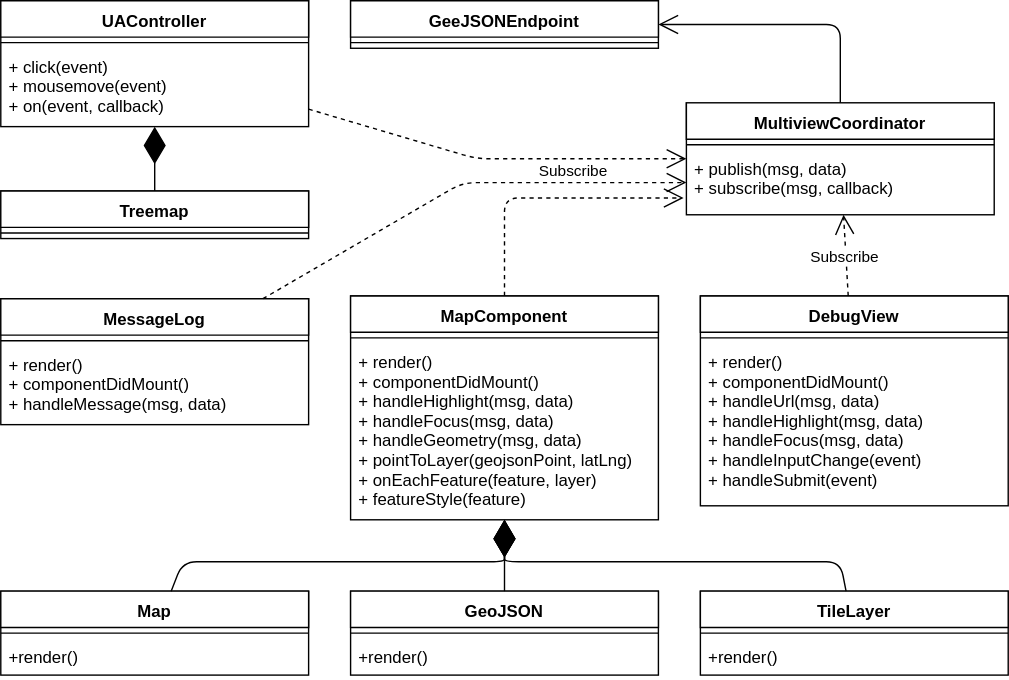
roschaefer/master-thesis keeps this draw.io diagram as figures/implementation/Architecture.svg. Above is the earlier version. Source tidied: cells renumbered, new cells last; positions are measured from the earlier drawing's top-left corner, leaving out a move shared by most shapes.
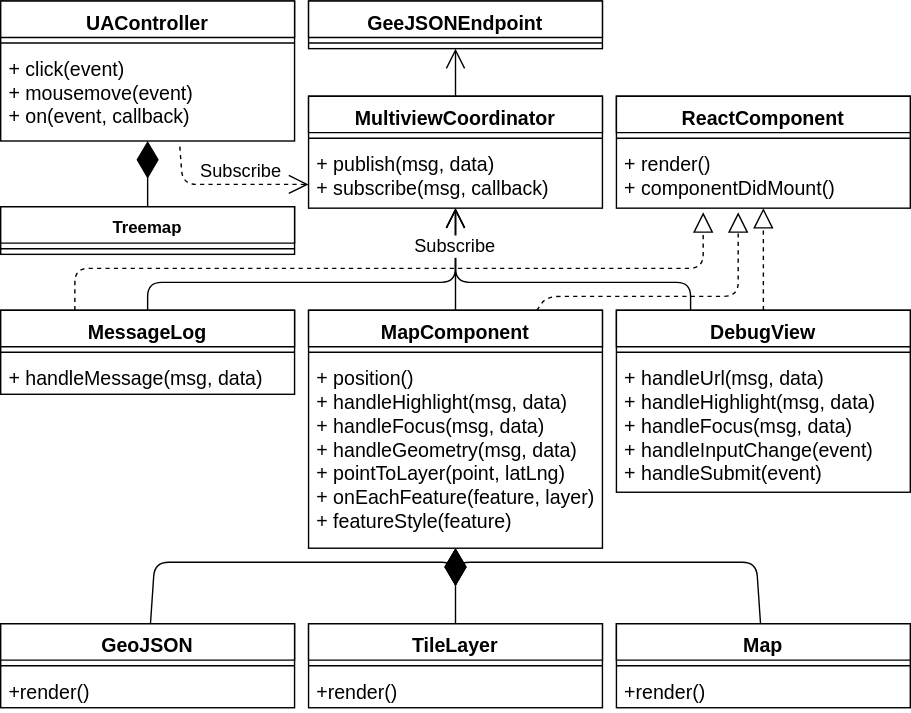
The same diagram one commit later.

Commit message:
improve figures in chapter implementation

What changed in the source:
```diff
@@ -2,143 +2,169 @@
   <root>
     <mxCell id="0" />
     <mxCell id="1" parent="0" />
-    <mxCell id="2" value="MultiviewCoordinator" style="swimlane;fontStyle=1;align=center;verticalAlign=top;horizontal=1;startSize=26;swimlaneFillColor=#ffffff;" parent="1" vertex="1">
-      <mxGeometry x="490" y="73" width="220" height="80" as="geometry" />
+    <mxCell id="2" value="MultiviewCoordinator" style="swimlane;fontStyle=1;align=center;verticalAlign=top;horizontal=1;startSize=26;swimlaneFillColor=#ffffff;fontSize=14;" parent="1" vertex="1">
+      <mxGeometry y="58" width="210" height="80" as="geometry" />
     </mxCell>
     <mxCell id="3" style="line;strokeWidth=1;fillColor=none;align=left;verticalAlign=middle;spacingTop=-1;spacingLeft=3;spacingRight=3;labelPosition=right;" parent="2" vertex="1">
-      <mxGeometry y="26" width="220" height="8" as="geometry" />
+      <mxGeometry y="26" width="210" height="8" as="geometry" />
     </mxCell>
-    <mxCell id="4" value="+ publish(msg, data)&#10;+ subscribe(msg, callback)" style="text;strokeColor=none;fillColor=none;align=left;verticalAlign=top;spacingLeft=4;spacingRight=4;overflow=hidden;points=[[0,0.5],[1,0.5]];portConstraint=eastwest;" parent="2" vertex="1">
-      <mxGeometry y="34" width="220" height="46" as="geometry" />
+    <mxCell id="4" value="+ publish(msg, data)&#10;+ subscribe(msg, callback)" style="text;strokeColor=none;fillColor=none;align=left;verticalAlign=top;spacingLeft=4;spacingRight=4;overflow=hidden;points=[[0,0.5],[1,0.5]];portConstraint=eastwest;fontSize=14;" parent="2" vertex="1">
+      <mxGeometry y="34" width="210" height="46" as="geometry" />
     </mxCell>
-    <mxCell id="5" value="MapComponent" style="swimlane;fontStyle=1;align=center;verticalAlign=top;horizontal=1;startSize=26;swimlaneFillColor=#ffffff;" parent="1" vertex="1">
-      <mxGeometry x="250" y="211" width="220" height="160" as="geometry" />
+    <mxCell id="5" value="MapComponent" style="swimlane;fontStyle=1;align=center;verticalAlign=top;horizontal=1;startSize=26;swimlaneFillColor=#ffffff;fontSize=14;" parent="1" vertex="1">
+      <mxGeometry y="211" width="210" height="170" as="geometry" />
     </mxCell>
     <mxCell id="6" style="line;strokeWidth=1;fillColor=none;align=left;verticalAlign=middle;spacingTop=-1;spacingLeft=3;spacingRight=3;labelPosition=right;" parent="5" vertex="1">
-      <mxGeometry y="26" width="220" height="8" as="geometry" />
+      <mxGeometry y="26" width="210" height="8" as="geometry" />
     </mxCell>
-    <mxCell id="7" value="+ render()&#10;+ componentDidMount()&#10;+ handleHighlight(msg, data)&#10;+ handleFocus(msg, data)&#10;+ handleGeometry(msg, data)&#10;+ pointToLayer(geojsonPoint, latLng)&#10;+ onEachFeature(feature, layer)&#10;+ featureStyle(feature)&#10;" style="text;strokeColor=none;fillColor=none;align=left;verticalAlign=top;spacingLeft=4;spacingRight=4;overflow=hidden;points=[[0,0.5],[1,0.5]];portConstraint=eastwest;" parent="5" vertex="1">
-      <mxGeometry y="34" width="220" height="126" as="geometry" />
+    <mxCell id="7" value="+ position()&#10;+ handleHighlight(msg, data)&#10;+ handleFocus(msg, data)&#10;+ handleGeometry(msg, data)&#10;+ pointToLayer(point, latLng)&#10;+ onEachFeature(feature, layer)&#10;+ featureStyle(feature)&#10;" style="text;strokeColor=none;fillColor=none;align=left;verticalAlign=top;spacingLeft=4;spacingRight=4;overflow=hidden;points=[[0,0.5],[1,0.5]];portConstraint=eastwest;fontSize=14;" parent="5" vertex="1">
+      <mxGeometry y="34" width="210" height="136" as="geometry" />
     </mxCell>
-    <mxCell id="8" value="GeoJSON" style="swimlane;fontStyle=1;align=center;verticalAlign=top;horizontal=1;startSize=26;swimlaneFillColor=#ffffff;" parent="1" vertex="1">
-      <mxGeometry x="250" y="422" width="220" height="60" as="geometry" />
+    <mxCell id="8" value="GeoJSON" style="swimlane;fontStyle=1;align=center;verticalAlign=top;horizontal=1;startSize=26;swimlaneFillColor=#ffffff;fontSize=14;" parent="1" vertex="1">
+      <mxGeometry x="-220" y="435" width="210" height="60" as="geometry" />
     </mxCell>
     <mxCell id="9" style="line;strokeWidth=1;fillColor=none;align=left;verticalAlign=middle;spacingTop=-1;spacingLeft=3;spacingRight=3;labelPosition=right;" parent="8" vertex="1">
-      <mxGeometry y="26" width="220" height="8" as="geometry" />
+      <mxGeometry y="26" width="210" height="8" as="geometry" />
     </mxCell>
-    <mxCell id="10" value="+render()" style="text;strokeColor=none;fillColor=none;align=left;verticalAlign=top;spacingLeft=4;spacingRight=4;overflow=hidden;" parent="8" vertex="1">
-      <mxGeometry y="34" width="220" height="26" as="geometry" />
+    <mxCell id="10" value="+render()" style="text;strokeColor=none;fillColor=none;align=left;verticalAlign=top;spacingLeft=4;spacingRight=4;overflow=hidden;fontSize=14;" parent="8" vertex="1">
+      <mxGeometry y="34" width="210" height="26" as="geometry" />
     </mxCell>
-    <mxCell id="11" value="Map" style="swimlane;fontStyle=1;align=center;verticalAlign=top;horizontal=1;startSize=26;swimlaneFillColor=#ffffff;" parent="1" vertex="1">
-      <mxGeometry y="422" width="220" height="60" as="geometry" />
+    <mxCell id="11" value="Map" style="swimlane;fontStyle=1;align=center;verticalAlign=top;horizontal=1;startSize=26;swimlaneFillColor=#ffffff;fontSize=14;" parent="1" vertex="1">
+      <mxGeometry x="220" y="435" width="210" height="60" as="geometry" />
     </mxCell>
     <mxCell id="12" style="line;strokeWidth=1;fillColor=none;align=left;verticalAlign=middle;spacingTop=-1;spacingLeft=3;spacingRight=3;labelPosition=right;" parent="11" vertex="1">
-      <mxGeometry y="26" width="220" height="8" as="geometry" />
+      <mxGeometry y="26" width="210" height="8" as="geometry" />
     </mxCell>
-    <mxCell id="13" value="+render()" style="text;strokeColor=none;fillColor=none;align=left;verticalAlign=top;spacingLeft=4;spacingRight=4;overflow=hidden;" parent="11" vertex="1">
-      <mxGeometry y="34" width="220" height="26" as="geometry" />
+    <mxCell id="13" value="+render()" style="text;strokeColor=none;fillColor=none;align=left;verticalAlign=top;spacingLeft=4;spacingRight=4;overflow=hidden;fontSize=14;" parent="11" vertex="1">
+      <mxGeometry y="34" width="210" height="26" as="geometry" />
     </mxCell>
-    <mxCell id="14" value="TileLayer" style="swimlane;fontStyle=1;align=center;verticalAlign=top;horizontal=1;startSize=26;swimlaneFillColor=#ffffff;" parent="1" vertex="1">
-      <mxGeometry x="500" y="422" width="220" height="60" as="geometry" />
+    <mxCell id="14" value="TileLayer" style="swimlane;fontStyle=1;align=center;verticalAlign=top;horizontal=1;startSize=26;swimlaneFillColor=#ffffff;fontSize=14;" parent="1" vertex="1">
+      <mxGeometry y="435" width="210" height="60" as="geometry" />
     </mxCell>
     <mxCell id="15" style="line;strokeWidth=1;fillColor=none;align=left;verticalAlign=middle;spacingTop=-1;spacingLeft=3;spacingRight=3;labelPosition=right;" parent="14" vertex="1">
-      <mxGeometry y="26" width="220" height="8" as="geometry" />
+      <mxGeometry y="26" width="210" height="8" as="geometry" />
     </mxCell>
-    <mxCell id="16" value="+render()" style="text;strokeColor=none;fillColor=none;align=left;verticalAlign=top;spacingLeft=4;spacingRight=4;overflow=hidden;" parent="14" vertex="1">
-      <mxGeometry y="34" width="220" height="26" as="geometry" />
+    <mxCell id="16" value="+render()" style="text;strokeColor=none;fillColor=none;align=left;verticalAlign=top;spacingLeft=4;spacingRight=4;overflow=hidden;fontSize=14;" parent="14" vertex="1">
+      <mxGeometry y="34" width="210" height="26" as="geometry" />
     </mxCell>
     <mxCell id="17" style="endArrow=diamondThin;endFill=1;endSize=24;html=1;" parent="1" edge="1" source="11" target="7">
       <mxGeometry relative="1" as="geometry">
         <Array as="points">
-          <mxPoint x="130" y="401" />
-          <mxPoint x="360" y="401" />
+          <mxPoint x="320" y="391" />
+          <mxPoint x="105" y="391" />
         </Array>
       </mxGeometry>
     </mxCell>
     <mxCell id="18" style="endArrow=diamondThin;endFill=1;endSize=24;html=1;" parent="1" edge="1" source="8" target="7">
-      <mxGeometry relative="1" as="geometry" />
+      <mxGeometry relative="1" as="geometry">
+        <Array as="points">
+          <mxPoint x="-110" y="391" />
+          <mxPoint x="105" y="391" />
+        </Array>
+      </mxGeometry>
     </mxCell>
     <mxCell id="19" style="endArrow=diamondThin;endFill=1;endSize=24;html=1;" parent="1" edge="1" source="14" target="7">
-      <mxGeometry relative="1" as="geometry">
-        <Array as="points">
-          <mxPoint x="600" y="401" />
-          <mxPoint x="360" y="401" />
-        </Array>
-      </mxGeometry>
+      <mxGeometry relative="1" as="geometry" />
     </mxCell>
-    <mxCell id="20" value="MessageLog" style="swimlane;fontStyle=1;align=center;verticalAlign=top;horizontal=1;startSize=26;swimlaneFillColor=#ffffff;" parent="1" vertex="1">
-      <mxGeometry y="213" width="220" height="90" as="geometry" />
+    <mxCell id="20" value="MessageLog" style="swimlane;fontStyle=1;align=center;verticalAlign=top;horizontal=1;startSize=26;swimlaneFillColor=#ffffff;fontSize=14;" parent="1" vertex="1">
+      <mxGeometry x="-220" y="211" width="210" height="60" as="geometry" />
     </mxCell>
     <mxCell id="21" style="line;strokeWidth=1;fillColor=none;align=left;verticalAlign=middle;spacingTop=-1;spacingLeft=3;spacingRight=3;labelPosition=right;" parent="20" vertex="1">
-      <mxGeometry y="26" width="220" height="8" as="geometry" />
+      <mxGeometry y="26" width="210" height="8" as="geometry" />
     </mxCell>
-    <mxCell id="22" value="+ render()&#10;+ componentDidMount()&#10;+ handleMessage(msg, data)&#10;" style="text;strokeColor=none;fillColor=none;align=left;verticalAlign=top;spacingLeft=4;spacingRight=4;overflow=hidden;" parent="20" vertex="1">
-      <mxGeometry y="34" width="220" height="56" as="geometry" />
+    <mxCell id="22" value="+ handleMessage(msg, data)&#10;" style="text;strokeColor=none;fillColor=none;align=left;verticalAlign=top;spacingLeft=4;spacingRight=4;overflow=hidden;fontSize=14;" parent="20" vertex="1">
+      <mxGeometry y="34" width="210" height="26" as="geometry" />
     </mxCell>
-    <mxCell id="23" value="DebugView" style="swimlane;fontStyle=1;align=center;verticalAlign=top;horizontal=1;startSize=26;swimlaneFillColor=#ffffff;" parent="1" vertex="1">
-      <mxGeometry x="500" y="211" width="220" height="150" as="geometry" />
+    <mxCell id="23" value="DebugView" style="swimlane;fontStyle=1;align=center;verticalAlign=top;horizontal=1;startSize=26;swimlaneFillColor=#ffffff;fontSize=14;" parent="1" vertex="1">
+      <mxGeometry x="220" y="211" width="210" height="130" as="geometry" />
     </mxCell>
     <mxCell id="24" style="line;strokeWidth=1;fillColor=none;align=left;verticalAlign=middle;spacingTop=-1;spacingLeft=3;spacingRight=3;labelPosition=right;" parent="23" vertex="1">
-      <mxGeometry y="26" width="220" height="8" as="geometry" />
+      <mxGeometry y="26" width="210" height="8" as="geometry" />
     </mxCell>
-    <mxCell id="25" value="+ render()&#10;+  componentDidMount()&#10;+ handleUrl(msg, data)&#10;+ handleHighlight(msg, data)&#10;+ handleFocus(msg, data)&#10;+ handleInputChange(event)&#10;+ handleSubmit(event)&#10;" style="text;strokeColor=none;fillColor=none;align=left;verticalAlign=top;spacingLeft=4;spacingRight=4;overflow=hidden;" parent="23" vertex="1">
-      <mxGeometry y="34" width="220" height="116" as="geometry" />
+    <mxCell id="25" value="+ handleUrl(msg, data)&#10;+ handleHighlight(msg, data)&#10;+ handleFocus(msg, data)&#10;+ handleInputChange(event)&#10;+ handleSubmit(event)&#10;" style="text;strokeColor=none;fillColor=none;align=left;verticalAlign=top;spacingLeft=4;spacingRight=4;overflow=hidden;fontSize=14;" parent="23" vertex="1">
+      <mxGeometry y="34" width="210" height="96" as="geometry" />
     </mxCell>
-    <mxCell id="26" value="UAController" style="swimlane;fontStyle=1;align=center;verticalAlign=top;horizontal=1;startSize=26;swimlaneFillColor=#ffffff;" parent="1" vertex="1">
-      <mxGeometry width="220" height="90" as="geometry" />
+    <mxCell id="26" value="UAController" style="swimlane;fontStyle=1;align=center;verticalAlign=top;horizontal=1;startSize=26;swimlaneFillColor=#ffffff;fontSize=14;" parent="1" vertex="1">
+      <mxGeometry x="-220" y="-10" width="210" height="100" as="geometry" />
     </mxCell>
     <mxCell id="27" style="line;strokeWidth=1;fillColor=none;align=left;verticalAlign=middle;spacingTop=-1;spacingLeft=3;spacingRight=3;labelPosition=right;" parent="26" vertex="1">
-      <mxGeometry y="26" width="220" height="8" as="geometry" />
+      <mxGeometry y="26" width="210" height="8" as="geometry" />
     </mxCell>
-    <mxCell id="28" value="+ click(event)&#10;+ mousemove(event)&#10;+ on(event, callback)" style="text;strokeColor=none;fillColor=none;align=left;verticalAlign=top;spacingLeft=4;spacingRight=4;overflow=hidden;points=[[0,0.5],[1,0.5]];portConstraint=eastwest;" parent="26" vertex="1">
-      <mxGeometry y="34" width="220" height="56" as="geometry" />
+    <mxCell id="28" value="+ click(event)&#10;+ mousemove(event)&#10;+ on(event, callback)" style="text;strokeColor=none;fillColor=none;align=left;verticalAlign=top;spacingLeft=4;spacingRight=4;overflow=hidden;points=[[0,0.5],[1,0.5]];portConstraint=eastwest;fontSize=14;" parent="26" vertex="1">
+      <mxGeometry y="34" width="210" height="66" as="geometry" />
     </mxCell>
-    <mxCell id="29" value="GeeJSONEndpoint" style="swimlane;fontStyle=1;align=center;verticalAlign=top;horizontal=1;startSize=26;swimlaneFillColor=#ffffff;" parent="1" vertex="1">
-      <mxGeometry x="250" width="220" height="34" as="geometry" />
+    <mxCell id="29" value="GeeJSONEndpoint" style="swimlane;fontStyle=1;align=center;verticalAlign=top;horizontal=1;startSize=26;swimlaneFillColor=#ffffff;fontSize=14;" parent="1" vertex="1">
+      <mxGeometry y="-10" width="210" height="34" as="geometry" />
     </mxCell>
     <mxCell id="30" style="line;strokeWidth=1;fillColor=none;align=left;verticalAlign=middle;spacingTop=-1;spacingLeft=3;spacingRight=3;labelPosition=right;" parent="29" vertex="1">
-      <mxGeometry y="26" width="220" height="8" as="geometry" />
+      <mxGeometry y="26" width="210" height="8" as="geometry" />
     </mxCell>
-    <mxCell id="31" value="Subscribe" style="endArrow=open;endSize=12;dashed=1;html=1;" parent="1" edge="1" source="26" target="2">
-      <mxGeometry x="0.42" y="-8" relative="1" as="geometry">
+    <mxCell id="31" value="Subscribe" style="endArrow=open;endSize=12;dashed=1;html=1;exitX=0.61;exitY=1.061;exitPerimeter=0;fontSize=13;" parent="1" edge="1" source="28">
+      <mxGeometry x="0.18" y="10" relative="1" as="geometry">
+        <mxPoint y="121" as="targetPoint" />
         <Array as="points">
-          <mxPoint x="340" y="113" />
+          <mxPoint x="-90" y="121" />
         </Array>
       </mxGeometry>
     </mxCell>
-    <mxCell id="32" style="endArrow=open;endSize=12;dashed=1;html=1;entryX=0;entryY=0.5;" parent="1" edge="1" source="20" target="4">
+    <mxCell id="32" style="endArrow=open;endSize=12;html=1;" parent="1" edge="1" source="20" target="2">
       <mxGeometry relative="1" as="geometry">
         <Array as="points">
-          <mxPoint x="330" y="130" />
+          <mxPoint x="-115" y="191" />
+          <mxPoint x="105" y="191" />
         </Array>
       </mxGeometry>
     </mxCell>
-    <mxCell id="33" style="endArrow=open;endSize=12;dashed=1;html=1;" parent="1" edge="1" source="5">
-      <mxGeometry relative="1" as="geometry">
-        <mxPoint x="488" y="141" as="targetPoint" />
-        <Array as="points">
-          <mxPoint x="360" y="141" />
-        </Array>
-      </mxGeometry>
+    <mxCell id="33" style="endArrow=open;endSize=12;html=1;" parent="1" edge="1" source="5" target="2">
+      <mxGeometry relative="1" as="geometry" />
     </mxCell>
-    <mxCell id="34" value="Subscribe" style="endArrow=open;endSize=12;dashed=1;html=1;" parent="1" edge="1" source="23" target="2">
-      <mxGeometry relative="1" as="geometry" />
+    <mxCell id="34" value="Subscribe" style="endArrow=open;endSize=12;html=1;exitX=0.25;exitY=0;fontSize=13;" parent="1" edge="1" source="23" target="2">
+      <mxGeometry x="0.78" relative="1" as="geometry">
+        <Array as="points">
+          <mxPoint x="273" y="191" />
+          <mxPoint x="105" y="191" />
+        </Array>
+      </mxGeometry>
     </mxCell>
     <mxCell id="35" style="endArrow=open;endFill=1;endSize=12;html=1;" parent="1" edge="1" source="2" target="29">
-      <mxGeometry relative="1" as="geometry">
-        <Array as="points">
-          <mxPoint x="600" y="17" />
-        </Array>
-      </mxGeometry>
+      <mxGeometry relative="1" as="geometry" />
     </mxCell>
     <mxCell id="36" value="Treemap" style="swimlane;fontStyle=1;align=center;verticalAlign=top;horizontal=1;startSize=26;swimlaneFillColor=#ffffff;" parent="1" vertex="1">
-      <mxGeometry y="136" width="220" height="34" as="geometry" />
+      <mxGeometry x="-220" y="137" width="210" height="34" as="geometry" />
     </mxCell>
     <mxCell id="37" style="line;strokeWidth=1;fillColor=none;align=left;verticalAlign=middle;spacingTop=-1;spacingLeft=3;spacingRight=3;labelPosition=right;" parent="36" vertex="1">
-      <mxGeometry y="26" width="220" height="8" as="geometry" />
+      <mxGeometry y="26" width="210" height="8" as="geometry" />
     </mxCell>
-    <mxCell id="38" style="endArrow=diamondThin;endFill=1;endSize=24;html=1;" parent="1" edge="1" source="36" target="26">
+    <mxCell id="38" style="endArrow=diamondThin;endFill=1;endSize=24;html=1;" parent="1" edge="1" source="36" target="28">
       <mxGeometry relative="1" as="geometry" />
     </mxCell>
+    <mxCell id="39" value="ReactComponent" style="swimlane;fontStyle=1;align=center;verticalAlign=top;horizontal=1;startSize=26;swimlaneFillColor=#ffffff;fontSize=14;" parent="1" vertex="1">
+      <mxGeometry x="220" y="58" width="210" height="80" as="geometry" />
+    </mxCell>
+    <mxCell id="40" style="line;strokeWidth=1;fillColor=none;align=left;verticalAlign=middle;spacingTop=-1;spacingLeft=3;spacingRight=3;labelPosition=right;" parent="39" vertex="1">
+      <mxGeometry y="26" width="210" height="8" as="geometry" />
+    </mxCell>
+    <mxCell id="41" value="+ render()&#10;+ componentDidMount()&#10;" style="text;strokeColor=none;fillColor=none;align=left;verticalAlign=top;spacingLeft=4;spacingRight=4;overflow=hidden;points=[[0,0.5],[1,0.5]];portConstraint=eastwest;fontSize=14;" parent="39" vertex="1">
+      <mxGeometry y="34" width="210" height="46" as="geometry" />
+    </mxCell>
+    <mxCell id="42" style="endArrow=block;dashed=1;endFill=0;endSize=12;html=1;exitX=0.25;exitY=0;entryX=0.295;entryY=1.065;entryPerimeter=0;" parent="1" edge="1" source="20" target="41">
+      <mxGeometry relative="1" as="geometry">
+        <Array as="points">
+          <mxPoint x="-167" y="181" />
+          <mxPoint x="282" y="181" />
+        </Array>
+      </mxGeometry>
+    </mxCell>
+    <mxCell id="43" style="endArrow=block;dashed=1;endFill=0;endSize=12;html=1;" parent="1" edge="1" source="23" target="41">
+      <mxGeometry relative="1" as="geometry" />
+    </mxCell>
+    <mxCell id="44" style="endArrow=block;dashed=1;endFill=0;endSize=12;html=1;entryX=0.414;entryY=1.065;entryPerimeter=0;" parent="1" edge="1" source="5" target="41">
+      <mxGeometry relative="1" as="geometry">
+        <Array as="points">
+          <mxPoint x="170" y="201" />
+          <mxPoint x="307" y="201" />
+        </Array>
+      </mxGeometry>
+    </mxCell>
   </root>
 </mxGraphModel>
```
